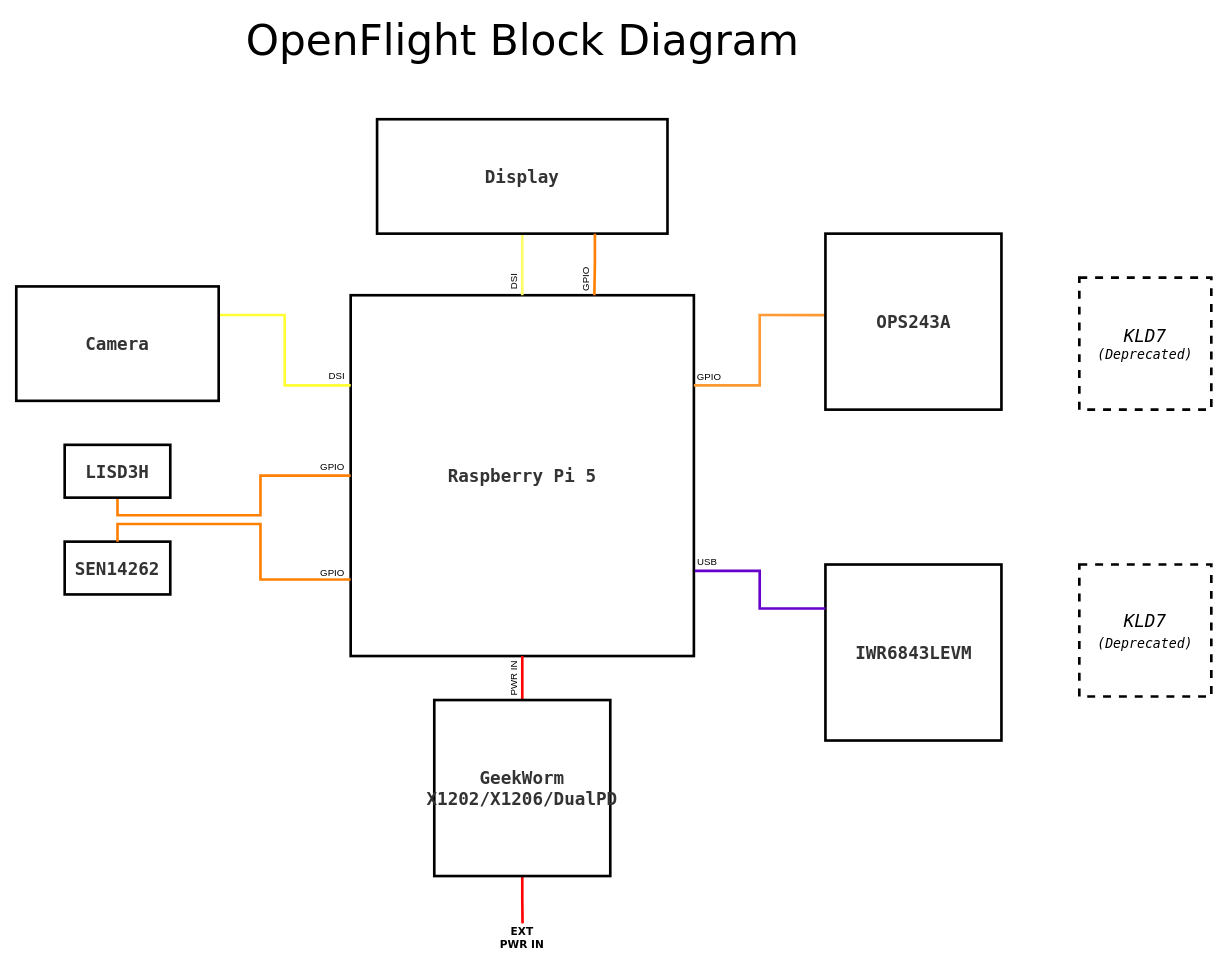
The draw.io diagram docs/OpenFlight_Block_Diagram.drawio in Robinante/OpenFlight-Radar-Workbench, before the edit. Source tidied: cells renumbered, new cells numbered last; positions are measured from the earlier drawing's top-left corner, leaving out a move shared by most shapes. Both pictures are drawn from the tidied source at 88%, with x=0, y=0 at pixel (16, 27).
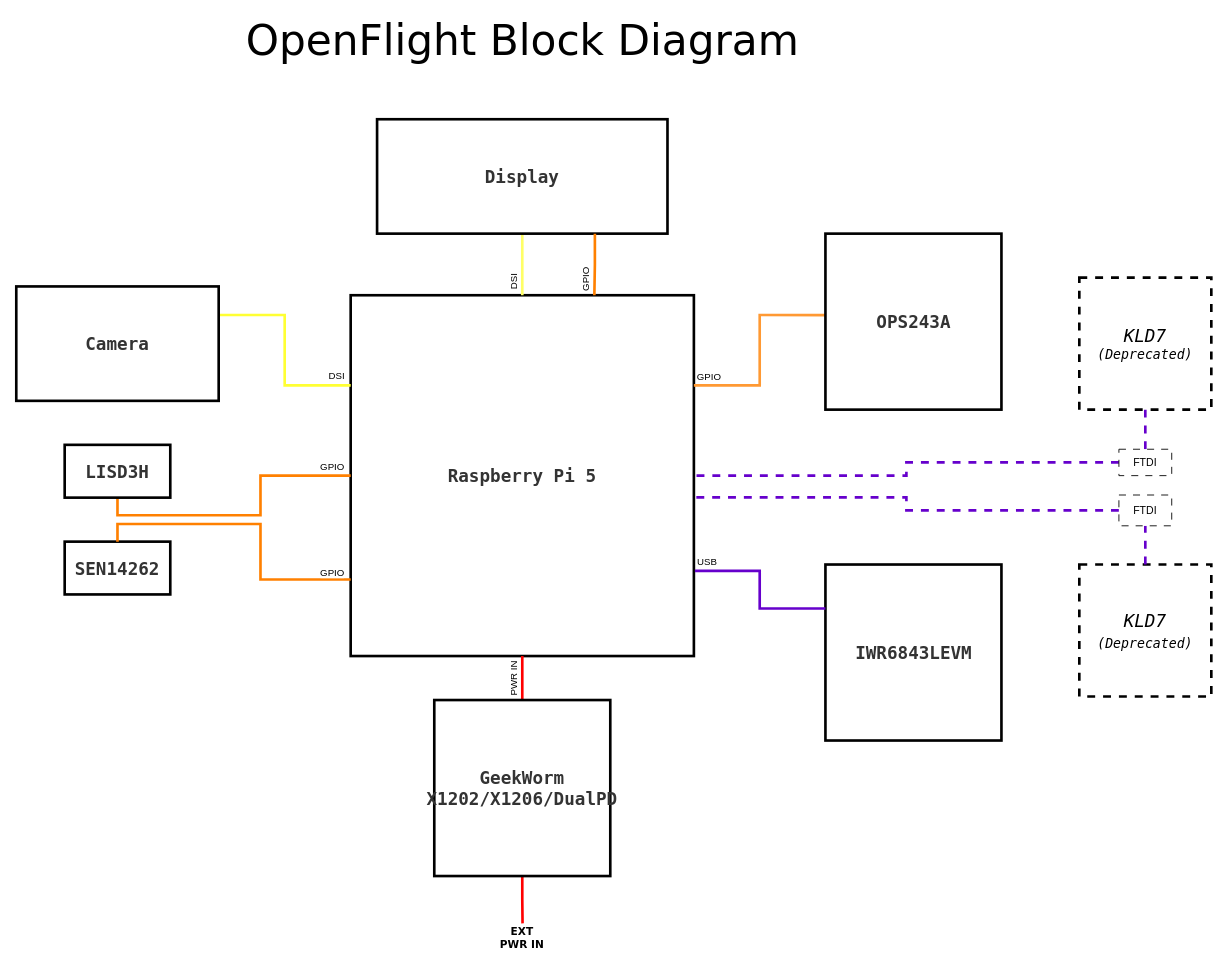
The same page after the edit.

Commit message:
Completed KLD7 wiring

Unchanged cells that the change refers to:
```xml
<mxCell id="21" value="&lt;font face=&quot;Lucida Console&quot; style=&quot;font-size: 20px;&quot;&gt;&lt;i&gt;KLD7&lt;/i&gt;&lt;/font&gt;&lt;br&gt;&lt;font style=&quot;font-size: 15px;&quot; face=&quot;Lucida Console&quot;&gt;&lt;i&gt;(Deprecated)&lt;/i&gt;&lt;/font&gt;" style="rounded=0;whiteSpace=wrap;html=1;dashed=1;strokeWidth=3;" parent="1" vertex="1">
  <mxGeometry x="1208" y="284" width="150" height="150" as="geometry" />
</mxCell>
<mxCell id="22" value="KLD7&lt;br&gt;&lt;font style=&quot;font-size: 15px;&quot;&gt;(Deprecated)&lt;/font&gt;" style="rounded=0;whiteSpace=wrap;html=1;dashed=1;strokeWidth=3;fontFamily=Lucida Console;fontSize=20;fontColor=default;fontStyle=2;align=center;verticalAlign=middle;" parent="1" vertex="1">
  <mxGeometry x="1208" y="610" width="150" height="150" as="geometry" />
</mxCell>
```

What changed in the source:
```diff
@@
-    <mxCell id="2" value="Raspberry Pi 5" style="rounded=0;whiteSpace=wrap;fillColor=light-dark(#FFFFFF,#FFFFFF);fontColor=#333333;strokeColor=light-dark(#000000,#000000);perimeterSpacing=0;strokeWidth=3;glass=0;labelBackgroundColor=none;labelBorderColor=none;textShadow=0;fontStyle=1;fontSize=20;fontFamily=Lucida Console;html=1;points=[[0,0,1,0,0],[0,0.25,1,0,0],[0,0.37561,0,0,0],[0,0.5,1,0,0],[0,0.787805,0,0,0],[0,1,1,0,0],[0.25,0,1,0,0],[0.25,1,1,0,0],[0.5,0,1,0,0],[0.5,1,1,0,0],[0.692308,0,0,0,0],[0.75,1,1,0,0],[1,0,1,0,0],[1,0.25,1,0,0],[1,0.5,1,0,0],[1,0.75,1,0,0],[1,1,1,0,0]];" parent="1" vertex="1">
+    <mxCell id="2" value="Raspberry Pi 5" style="rounded=0;whiteSpace=wrap;fillColor=light-dark(#FFFFFF,#FFFFFF);fontColor=#333333;strokeColor=light-dark(#000000,#000000);perimeterSpacing=0;strokeWidth=3;glass=0;labelBackgroundColor=none;labelBorderColor=none;textShadow=0;fontStyle=1;fontSize=20;fontFamily=Lucida Console;html=1;points=[[0,0,1,0,0],[0,0.25,1,0,0],[0,0.37561,0,0,0],[0,0.5,1,0,0],[0,0.787805,0,0,0],[0,1,1,0,0],[0.25,0,1,0,0],[0.25,1,1,0,0],[0.5,0,1,0,0],[0.5,1,1,0,0],[0.692308,0,0,0,0],[0.75,1,1,0,0],[1,0,1,0,0],[1,0.25,1,0,0],[1,0.5,1,0,0],[1,0.75,1,0,0],[1,1,1,0,0],[0.99728,0.560331,0,0,0]];" parent="1" vertex="1">
       <mxGeometry x="380" y="304" width="390" height="410" as="geometry" />
     </mxCell>
@@
+    <mxCell id="31" style="edgeStyle=orthogonalEdgeStyle;rounded=0;jettySize=auto;html=1;entryX=1;entryY=0.5;entryDx=0;entryDy=0;endArrow=none;endFill=0;dashed=1;strokeWidth=3;strokeColor=#6600CC;" parent="1" edge="1" source="34" target="2">
+      <mxGeometry relative="1" as="geometry" />
+    </mxCell>
@@
+    <mxCell id="32" style="edgeStyle=orthogonalEdgeStyle;rounded=0;jettySize=auto;html=1;entryX=0.99728;entryY=0.560331;entryDx=0;entryDy=0;entryPerimeter=0;endArrow=none;endFill=0;dashed=1;strokeWidth=3;strokeColor=#6600CC;" parent="1" edge="1" source="36" target="2">
+      <mxGeometry relative="1" as="geometry" />
+    </mxCell>
+    <mxCell id="33" style="edgeStyle=orthogonalEdgeStyle;rounded=0;jettySize=auto;html=1;exitX=0.5;exitY=1;exitDx=0;exitDy=0;endArrow=none;endFill=0;dashed=1;strokeWidth=3;strokeColor=#6600CC;" parent="1" edge="1" source="21" target="34">
+      <mxGeometry relative="1" as="geometry" />
+    </mxCell>
+    <mxCell id="34" value="FTDI" style="rounded=0;whiteSpace=wrap;html=1;dashed=1;dashPattern=8 8;" parent="1" vertex="1">
+      <mxGeometry x="1253" y="479" width="60" height="30" as="geometry" />
+    </mxCell>
+    <mxCell id="35" style="edgeStyle=orthogonalEdgeStyle;rounded=0;jettySize=auto;html=1;exitX=0.5;exitY=0;exitDx=0;exitDy=0;endArrow=none;endFill=0;dashed=1;strokeWidth=3;strokeColor=#6600CC;" parent="1" edge="1" source="22" target="36">
+      <mxGeometry relative="1" as="geometry" />
+    </mxCell>
+    <mxCell id="36" value="FTDI" style="rounded=0;whiteSpace=wrap;html=1;dashed=1;dashPattern=8 8;" parent="1" vertex="1">
+      <mxGeometry x="1253" y="531" width="60" height="35" as="geometry" />
+    </mxCell>
```
